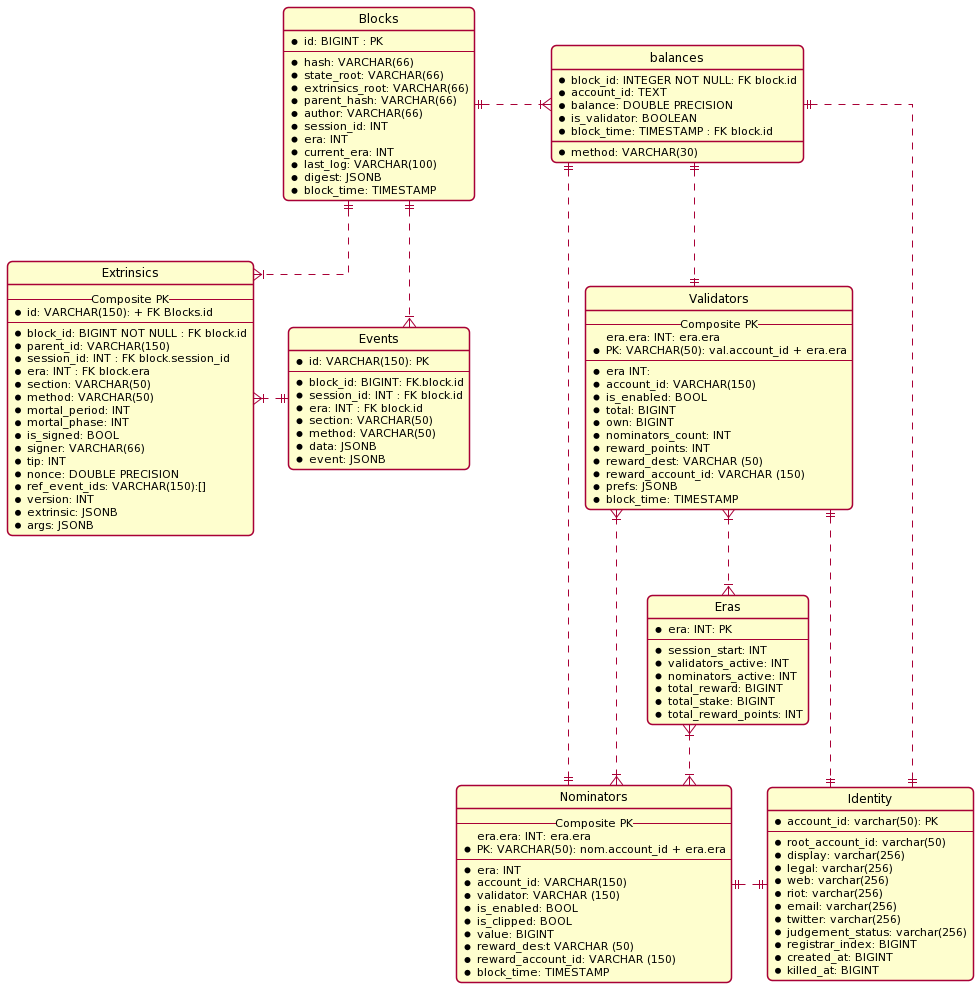
This is docs/img/mbelt_erd.png from p2p-org/polkadot-profit-transformer, a PlantUML export, as it was before one commit.
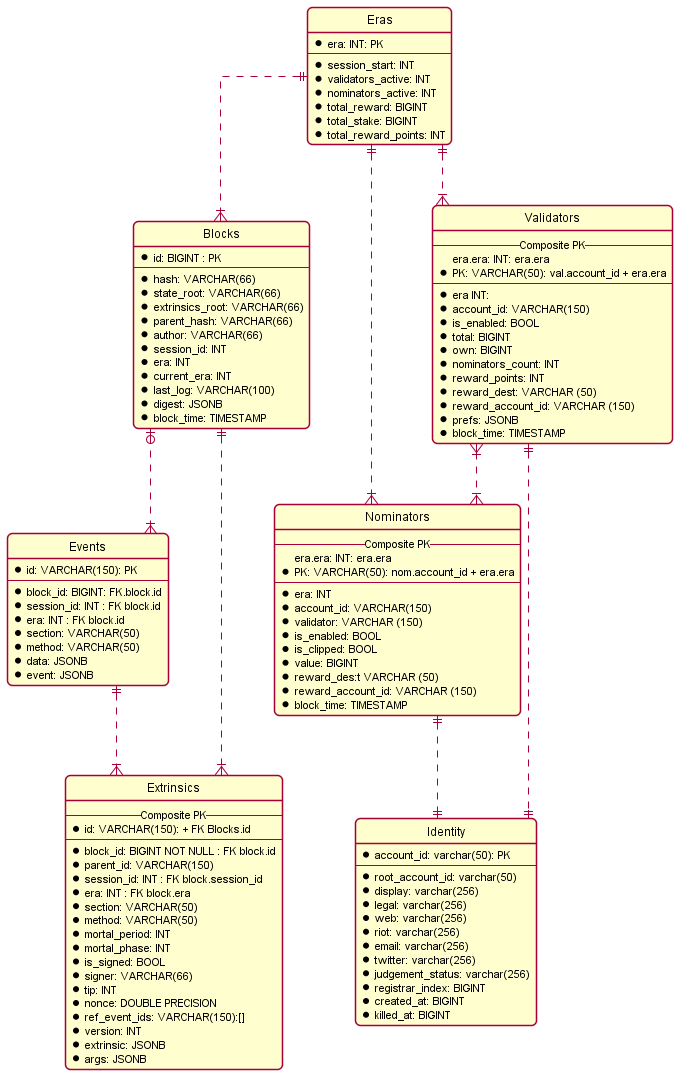
After the change.

Change to the diagram source:
```diff
@@ -1,4 +1,5 @@
-@startuml
+@startuml ER-diagram
+
 hIde circle
 
 skinparam {
@@ -118,25 +119,15 @@
     *killed_at: BIGINT
 }
 
-entity "balances" as balances {
-    *block_id: INTEGER NOT NULL: FK block.id
-    *account_id: TEXT
-    *balance: DOUBLE PRECISION
-    *method: VARCHAR(30)
-    *is_validator: BOOLEAN
-    *block_time: TIMESTAMP : FK block.id
-}
 
-nom ||.right.|| ac
-era }|..|{ nom
-val }|..|{ era
+nom ||..|| ac
+era ||..|{ nom
+era ||..|{ val
 val }|..|{ nom
 val ||..|| ac
-balances ||..|| ac
-balances ||..|| nom
-balances ||..|| val
-balances }|.left.|| block
-block ||..|{ events
+era ||..|{ block
+block |o..|{ events
+events ||..|{ ex
 block ||..|{ ex
-ex }|.right.|| events
+
 @enduml
```
